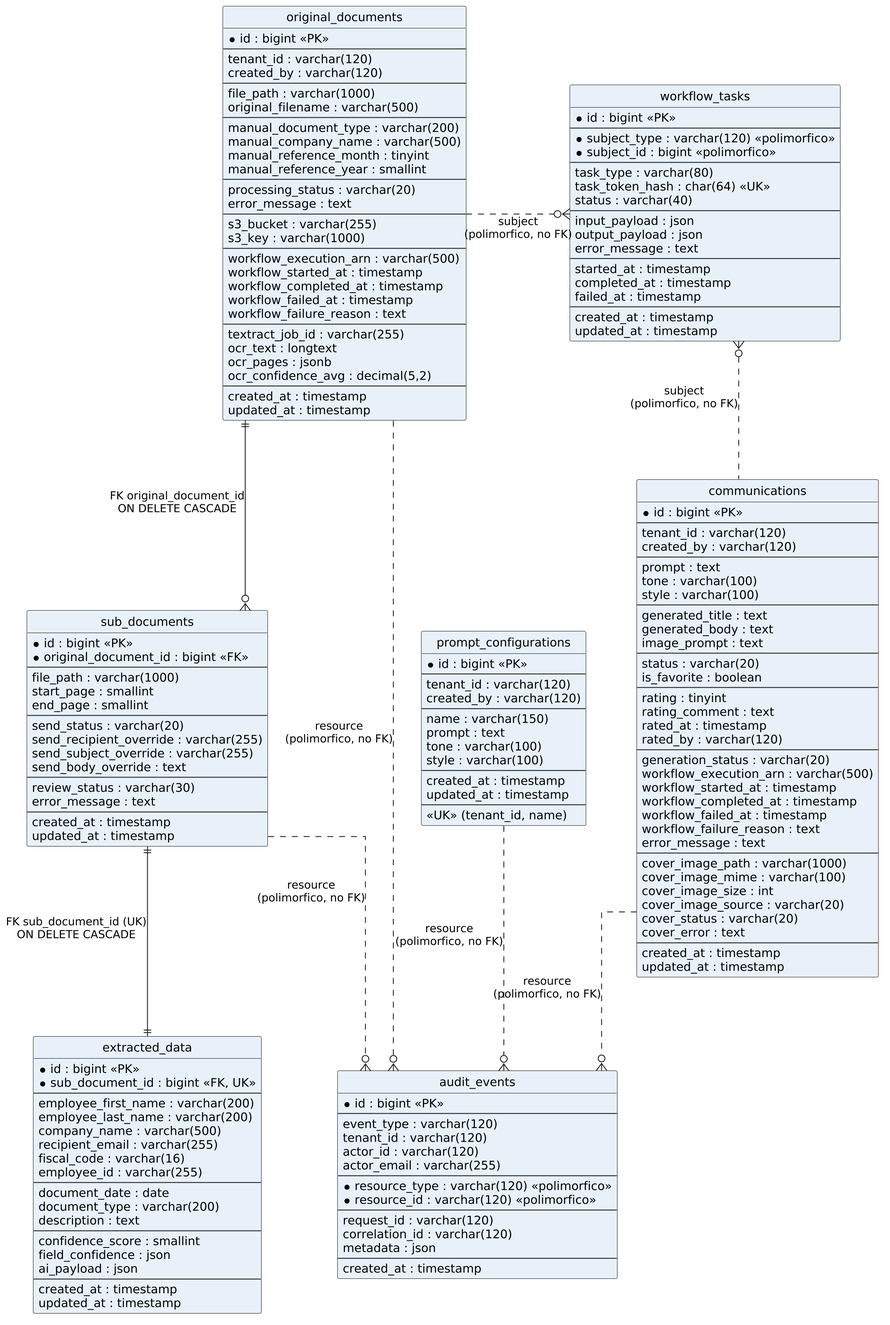
This is PB/Specifica Tecnica/ImmaginiSpecificaTecnica/Database/schema-erd.png from aLittleByte-19/Documentazione, a PlantUML export, as it was before one commit.
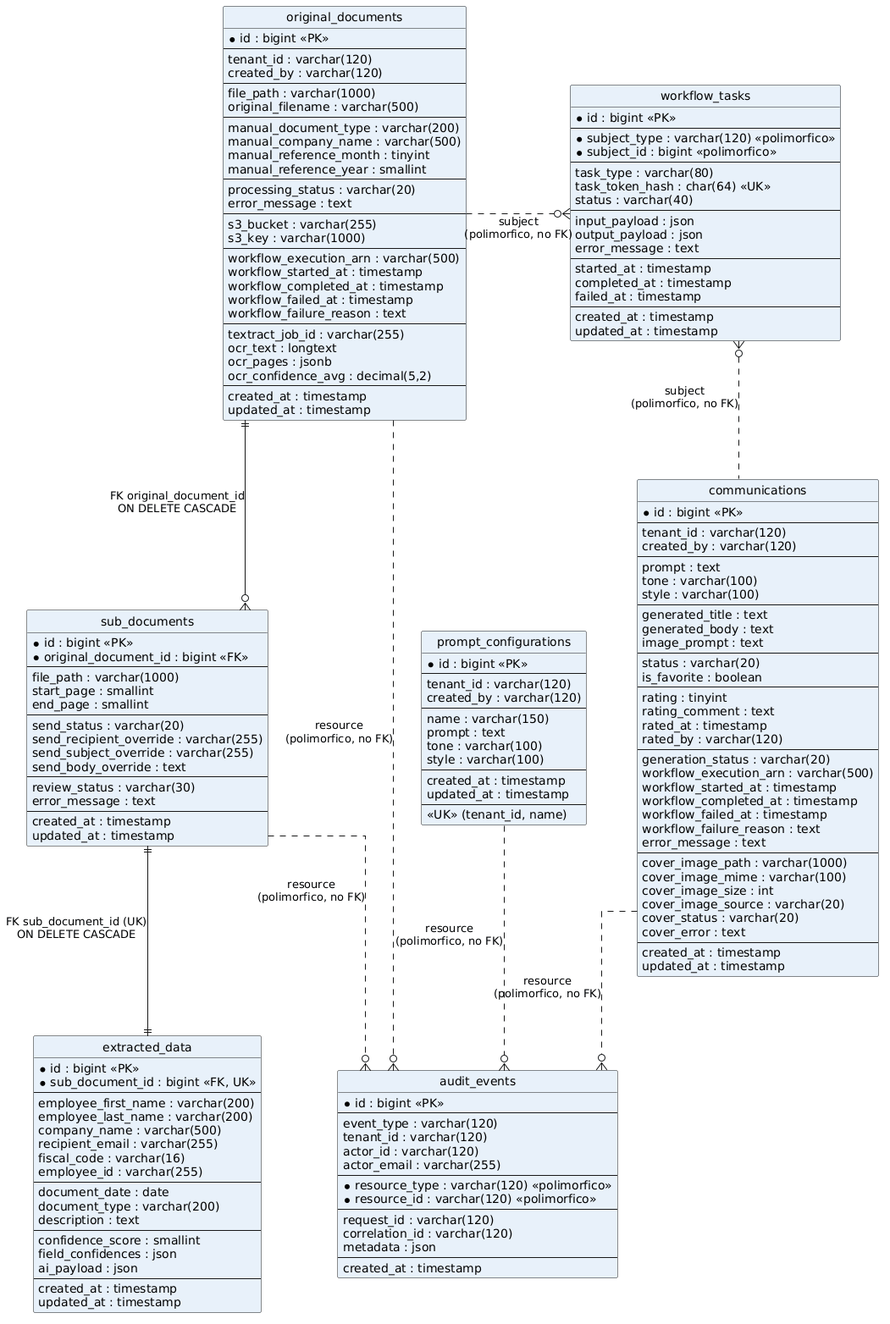
Above is the later version.

Diff of the diagram source:
```diff
@@ -1,5 +1,4 @@
 @startuml
-scale 2
 hide circle
 skinparam linetype ortho
 skinparam shadowing false
@@ -121,7 +120,7 @@
   description : text
   --
   confidence_score : smallint
-  field_confidence : json
+  field_confidences : json
   ai_payload : json
   --
   created_at : timestamp
```
